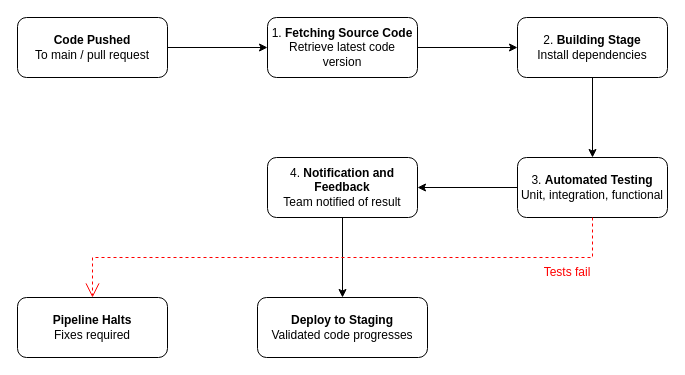
Above: DevOps_Figure_3.drawio in Matasem-h/SimpleFlowcharts (draw.io), before the change. Source tidied: cells renumbered, new cells numbered last; positions are measured from the earlier drawing's top-left corner, leaving out a move shared by most shapes. Both pictures are drawn from the tidied source at 100%, with x=0, y=0 at pixel (17, 17).
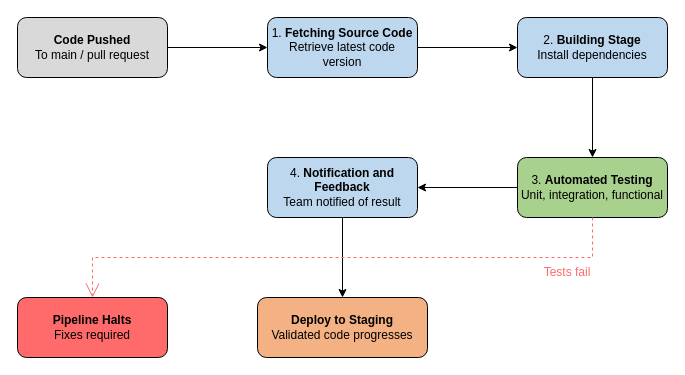
Above is the later version.

Diff of the diagram source:
```diff
@@
 <mxGraphModel>
   <root>
     <mxCell id="0" />
     <mxCell id="1" parent="0" />
-    <mxCell id="2" value="&lt;div&gt;1. &lt;b&gt;&lt;font&gt;Fetching Source Code&lt;/font&gt;&lt;/b&gt;&lt;/div&gt;&lt;div&gt;Retrieve latest code version&lt;/div&gt;" style="rounded=1;whiteSpace=wrap;html=1;" parent="1" vertex="1">
+    <mxCell id="2" value="&lt;div&gt;1. &lt;b&gt;&lt;font&gt;Fetching Source Code&lt;/font&gt;&lt;/b&gt;&lt;/div&gt;&lt;div&gt;Retrieve latest code version&lt;/div&gt;" style="rounded=1;whiteSpace=wrap;html=1;fillColor=#BDD7EE;" parent="1" vertex="1">
       <mxGeometry x="250" width="150" height="60" as="geometry" />
     </mxCell>
-    <mxCell id="3" value="&lt;div&gt;2. &lt;b&gt;Building Stage&lt;/b&gt;&lt;/div&gt;&lt;div&gt;Install dependencies&lt;/div&gt;" style="rounded=1;whiteSpace=wrap;html=1;" parent="1" vertex="1">
+    <mxCell id="3" value="&lt;div&gt;2. &lt;b&gt;Building Stage&lt;/b&gt;&lt;/div&gt;&lt;div&gt;Install dependencies&lt;/div&gt;" style="rounded=1;whiteSpace=wrap;html=1;fillColor=#BDD7EE;" parent="1" vertex="1">
       <mxGeometry x="500" width="150" height="60" as="geometry" />
     </mxCell>
-    <mxCell id="4" value="&lt;div&gt;&lt;b&gt;Code Pushed&lt;/b&gt;&lt;/div&gt;&lt;div&gt;To main / pull request&lt;/div&gt;" style="rounded=1;whiteSpace=wrap;html=1;" parent="1" vertex="1">
+    <mxCell id="4" value="&lt;div&gt;&lt;b&gt;Code Pushed&lt;/b&gt;&lt;/div&gt;&lt;div&gt;To main / pull request&lt;/div&gt;" style="rounded=1;whiteSpace=wrap;html=1;fillColor=#D9D9D9;" parent="1" vertex="1">
       <mxGeometry width="150" height="60" as="geometry" />
     </mxCell>
-    <mxCell id="5" value="&lt;div&gt;4. &lt;b&gt;Notification and Feedback&lt;/b&gt;&lt;/div&gt;&lt;div&gt;Team notified of result&lt;/div&gt;" style="rounded=1;whiteSpace=wrap;html=1;" parent="1" vertex="1">
+    <mxCell id="5" value="&lt;div&gt;4. &lt;b&gt;Notification and Feedback&lt;/b&gt;&lt;/div&gt;&lt;div&gt;Team notified of result&lt;/div&gt;" style="rounded=1;whiteSpace=wrap;html=1;fillColor=#BDD7EE;" parent="1" vertex="1">
       <mxGeometry x="250" y="140" width="150" height="60" as="geometry" />
     </mxCell>
-    <mxCell id="6" value="&lt;div&gt;3. &lt;b&gt;Automated Testing&lt;/b&gt;&lt;/div&gt;&lt;div&gt;Unit, integration, functional&lt;/div&gt;" style="rounded=1;whiteSpace=wrap;html=1;" parent="1" vertex="1">
+    <mxCell id="6" value="&lt;div&gt;3. &lt;b&gt;Automated Testing&lt;/b&gt;&lt;/div&gt;&lt;div&gt;Unit, integration, functional&lt;/div&gt;" style="rounded=1;whiteSpace=wrap;html=1;fillColor=#A9D18E;" parent="1" vertex="1">
       <mxGeometry x="500" y="140" width="150" height="60" as="geometry" />
     </mxCell>
-    <mxCell id="7" value="&lt;div&gt;&lt;b&gt;Pipeline Halts&lt;/b&gt;&lt;/div&gt;&lt;div&gt;Fixes required&lt;/div&gt;" style="rounded=1;whiteSpace=wrap;html=1;" parent="1" vertex="1">
+    <mxCell id="7" value="&lt;div&gt;&lt;b&gt;Pipeline Halts&lt;/b&gt;&lt;/div&gt;&lt;div&gt;Fixes required&lt;/div&gt;" style="rounded=1;whiteSpace=wrap;html=1;fillColor=#FF6B6B;" parent="1" vertex="1">
       <mxGeometry y="280" width="150" height="60" as="geometry" />
     </mxCell>
-    <mxCell id="8" value="&lt;div&gt;&lt;b&gt;Deploy to Staging&lt;/b&gt;&lt;/div&gt;&lt;div&gt;Validated code progresses&lt;/div&gt;" style="rounded=1;whiteSpace=wrap;html=1;" parent="1" vertex="1">
+    <mxCell id="8" value="&lt;div&gt;&lt;b&gt;Deploy to Staging&lt;/b&gt;&lt;/div&gt;&lt;div&gt;Validated code progresses&lt;/div&gt;" style="rounded=1;whiteSpace=wrap;html=1;fillColor=#F4B183;" parent="1" vertex="1">
       <mxGeometry x="240" y="280" width="170" height="60" as="geometry" />
     </mxCell>
     <mxCell id="9" style="endArrow=classic;html=1;rounded=0;entryX=0;entryY=0.5;entryDx=0;entryDy=0;exitX=1;exitY=0.5;exitDx=0;exitDy=0;" parent="1" edge="1" source="4" target="2">
       <mxGeometry relative="1" as="geometry" />
     </mxCell>
     <mxCell id="10" style="endArrow=classic;html=1;rounded=0;entryX=0;entryY=0.5;entryDx=0;entryDy=0;exitX=1;exitY=0.5;exitDx=0;exitDy=0;" parent="1" edge="1" source="2" target="3">
       <mxGeometry relative="1" as="geometry" />
     </mxCell>
     <mxCell id="11" style="endArrow=classic;html=1;rounded=0;exitX=0.5;exitY=1;exitDx=0;exitDy=0;entryX=0.5;entryY=0;entryDx=0;entryDy=0;" parent="1" edge="1" source="3" target="6">
       <mxGeometry relative="1" as="geometry" />
     </mxCell>
     <mxCell id="12" style="endArrow=classic;html=1;rounded=0;exitX=0;exitY=0.5;exitDx=0;exitDy=0;entryX=1;entryY=0.5;entryDx=0;entryDy=0;" parent="1" edge="1" source="6" target="5">
       <mxGeometry relative="1" as="geometry" />
     </mxCell>
     <mxCell id="13" style="endArrow=classic;html=1;rounded=0;exitX=0.5;exitY=1;exitDx=0;exitDy=0;entryX=0.5;entryY=0;entryDx=0;entryDy=0;" parent="1" edge="1" source="5" target="8">
       <mxGeometry relative="1" as="geometry" />
     </mxCell>
-    <mxCell id="14" style="endArrow=open;endSize=12;dashed=1;html=1;rounded=0;exitX=0.5;exitY=1;exitDx=0;exitDy=0;edgeStyle=elbowEdgeStyle;elbow=vertical;entryX=0.5;entryY=0;entryDx=0;entryDy=0;strokeColor=light-dark(#FF0000,#FF0000);" parent="1" edge="1" source="6" target="7">
+    <mxCell id="14" style="endArrow=open;endSize=12;dashed=1;html=1;rounded=0;exitX=0.5;exitY=1;exitDx=0;exitDy=0;edgeStyle=elbowEdgeStyle;elbow=vertical;entryX=0.5;entryY=0;entryDx=0;entryDy=0;strokeColor=#FF6B6B;" parent="1" edge="1" source="6" target="7">
       <mxGeometry relative="1" as="geometry" />
     </mxCell>
-    <mxCell id="15" value="Tests fail" style="text;html=1;whiteSpace=wrap;strokeColor=none;fillColor=none;align=center;verticalAlign=middle;rounded=0;fontColor=light-dark(#FF0000,#FF0000);" parent="1" vertex="1">
+    <mxCell id="15" value="Tests fail" style="text;html=1;whiteSpace=wrap;strokeColor=none;fillColor=none;align=center;verticalAlign=middle;rounded=0;fontColor=#FF6B6B;" parent="1" vertex="1">
       <mxGeometry x="520" y="240" width="60" height="30" as="geometry" />
     </mxCell>
   </root>
 </mxGraphModel>
```
